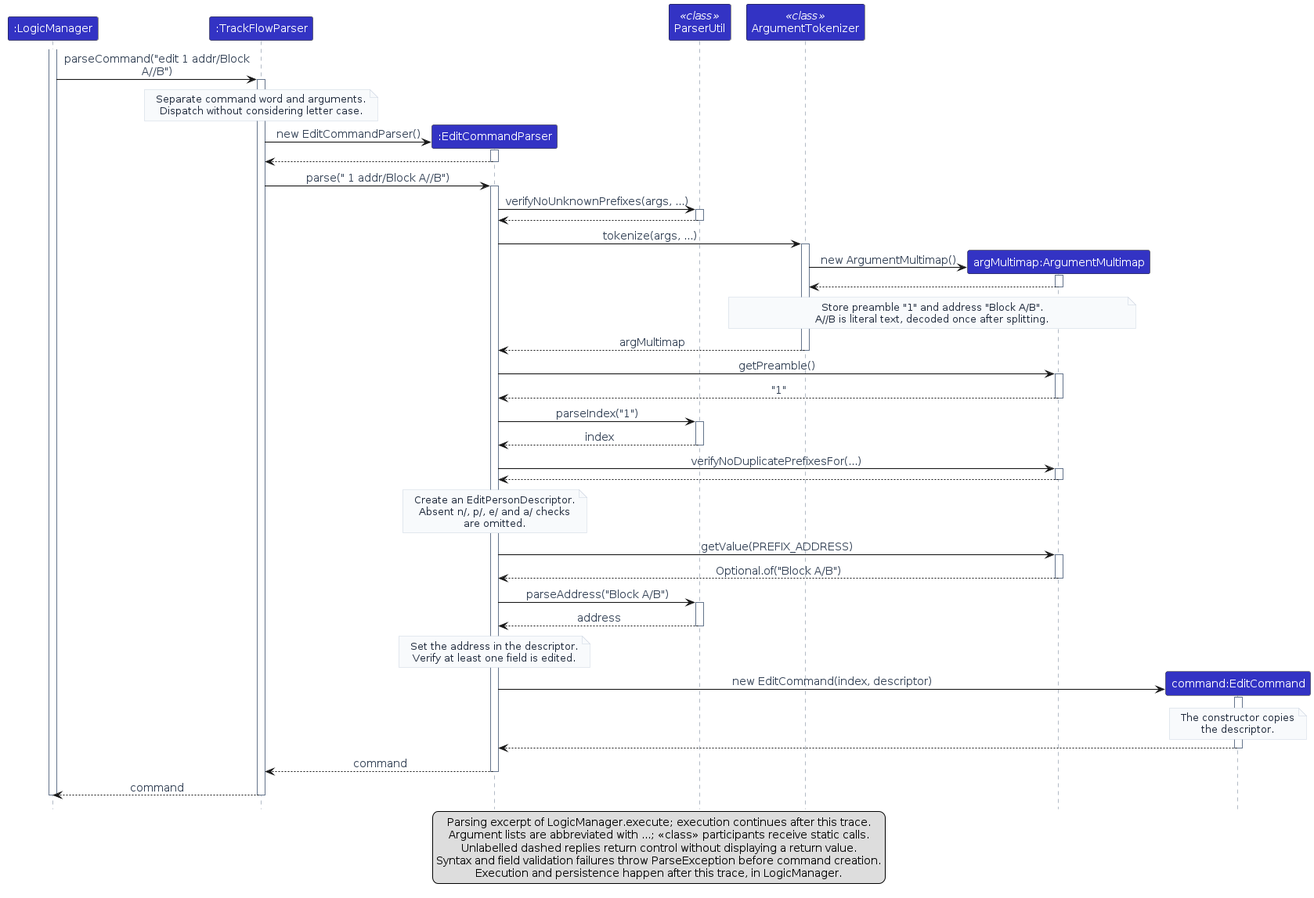
Before: diagrams/tracing/LogicSequenceDiagram.png, a diagram exported from PlantUML (AY2627S1-CS2103T-T17-2/tp). Its source is kept beside it as diagrams/tracing/LogicSequenceDiagram.puml. The source it was exported from:
```plantuml
@startuml
!include ../style.puml
skinparam ArrowFontStyle plain
skinparam maxMessageSize 260
skinparam ParticipantPadding 5

participant ":LogicManager" as logic LOGIC_COLOR
participant ":TrackFlowParser" as parser LOGIC_COLOR
participant ":EditCommandParser" as editParser LOGIC_COLOR
participant "ParserUtil" as util <<class>> LOGIC_COLOR
participant "ArgumentTokenizer" as tokenizer <<class>> LOGIC_COLOR
participant "argMultimap:ArgumentMultimap" as arguments LOGIC_COLOR
participant "command:EditCommand" as command LOGIC_COLOR

activate logic
logic -> parser : parseCommand("edit 1 addr/Block A~/~/B")
activate parser
note over parser
  Separate command word and arguments.
  Dispatch without considering letter case.
end note
create editParser
parser -> editParser : new EditCommandParser()
activate editParser
editParser --> parser
deactivate editParser
parser -> editParser : parse(" 1 addr/Block A~/~/B")
activate editParser

editParser -> util : verifyNoUnknownPrefixes(args, ...)
activate util
util --> editParser
deactivate util

editParser -> tokenizer : tokenize(args, ...)
activate tokenizer
create arguments
tokenizer -> arguments : new ArgumentMultimap()
activate arguments
arguments --> tokenizer
deactivate arguments
note over tokenizer, arguments
  Store preamble "1" and address "Block A/B".
  A~/~/B is literal text, decoded once after splitting.
end note
tokenizer --> editParser : argMultimap
deactivate tokenizer

editParser -> arguments : getPreamble()
activate arguments
arguments --> editParser : "1"
deactivate arguments
editParser -> util : parseIndex("1")
activate util
util --> editParser : index
deactivate util
editParser -> arguments : verifyNoDuplicatePrefixesFor(...)
activate arguments
arguments --> editParser
deactivate arguments

note over editParser
  Create an EditPersonDescriptor.
  Absent n/, p/, e/ and a/ checks
  are omitted.
end note
editParser -> arguments : getValue(PREFIX_ADDRESS)
activate arguments
arguments --> editParser : Optional.of("Block A/B")
deactivate arguments
editParser -> util : parseAddress("Block A/B")
activate util
util --> editParser : address
deactivate util
note over editParser
  Set the address in the descriptor.
  Verify at least one field is edited.
end note

create command
editParser -> command : new EditCommand(index, descriptor)
activate command
note over command
  The constructor copies
  the descriptor.
end note
command --> editParser
deactivate command
editParser --> parser : command
deactivate editParser
parser --> logic : command
deactivate parser
deactivate logic

legend bottom
  Parsing excerpt of LogicManager.execute; execution continues after this trace.
  Argument lists are abbreviated with ...; <<class>> participants receive static calls.
  Unlabelled dashed replies return control without displaying a return value.
  Syntax and field validation failures throw ParseException before command creation.
  Execution and persistence happen after this trace, in LogicManager.
endlegend
@enduml
```
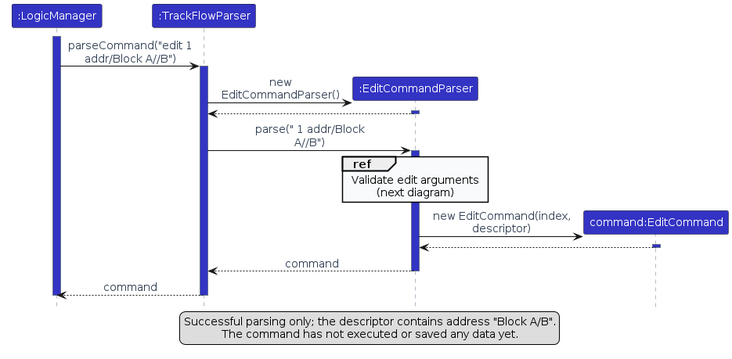
Above is the later version.

The edit, as a diff of the source:
```diff
@@ -1,89 +1,33 @@
 @startuml
 !include ../style.puml
 skinparam ArrowFontStyle plain
-skinparam maxMessageSize 260
-skinparam ParticipantPadding 5
+skinparam maxMessageSize 180
+skinparam SequenceReferenceBackgroundColor #F8FAFC
 
 participant ":LogicManager" as logic LOGIC_COLOR
 participant ":TrackFlowParser" as parser LOGIC_COLOR
 participant ":EditCommandParser" as editParser LOGIC_COLOR
-participant "ParserUtil" as util <<class>> LOGIC_COLOR
-participant "ArgumentTokenizer" as tokenizer <<class>> LOGIC_COLOR
-participant "argMultimap:ArgumentMultimap" as arguments LOGIC_COLOR
 participant "command:EditCommand" as command LOGIC_COLOR
 
-activate logic
+activate logic LOGIC_COLOR
 logic -> parser : parseCommand("edit 1 addr/Block A~/~/B")
-activate parser
-note over parser
-  Separate command word and arguments.
-  Dispatch without considering letter case.
-end note
+activate parser LOGIC_COLOR
 create editParser
 parser -> editParser : new EditCommandParser()
-activate editParser
+activate editParser LOGIC_COLOR
 editParser --> parser
 deactivate editParser
+
 parser -> editParser : parse(" 1 addr/Block A~/~/B")
-activate editParser
-
-editParser -> util : verifyNoUnknownPrefixes(args, ...)
-activate util
-util --> editParser
-deactivate util
-
-editParser -> tokenizer : tokenize(args, ...)
-activate tokenizer
-create arguments
-tokenizer -> arguments : new ArgumentMultimap()
-activate arguments
-arguments --> tokenizer
-deactivate arguments
-note over tokenizer, arguments
-  Store preamble "1" and address "Block A/B".
-  A~/~/B is literal text, decoded once after splitting.
-end note
-tokenizer --> editParser : argMultimap
-deactivate tokenizer
-
-editParser -> arguments : getPreamble()
-activate arguments
-arguments --> editParser : "1"
-deactivate arguments
-editParser -> util : parseIndex("1")
-activate util
-util --> editParser : index
-deactivate util
-editParser -> arguments : verifyNoDuplicatePrefixesFor(...)
-activate arguments
-arguments --> editParser
-deactivate arguments
-
-note over editParser
-  Create an EditPersonDescriptor.
-  Absent n/, p/, e/ and a/ checks
-  are omitted.
-end note
-editParser -> arguments : getValue(PREFIX_ADDRESS)
-activate arguments
-arguments --> editParser : Optional.of("Block A/B")
-deactivate arguments
-editParser -> util : parseAddress("Block A/B")
-activate util
-util --> editParser : address
-deactivate util
-note over editParser
-  Set the address in the descriptor.
-  Verify at least one field is edited.
-end note
+activate editParser LOGIC_COLOR
+ref over editParser
+  Validate edit arguments
+  (next diagram)
+end ref
 
 create command
 editParser -> command : new EditCommand(index, descriptor)
-activate command
-note over command
-  The constructor copies
-  the descriptor.
-end note
+activate command LOGIC_COLOR
 command --> editParser
 deactivate command
 editParser --> parser : command
@@ -93,10 +37,7 @@
 deactivate logic
 
 legend bottom
-  Parsing excerpt of LogicManager.execute; execution continues after this trace.
-  Argument lists are abbreviated with ...; <<class>> participants receive static calls.
-  Unlabelled dashed replies return control without displaying a return value.
-  Syntax and field validation failures throw ParseException before command creation.
-  Execution and persistence happen after this trace, in LogicManager.
+  Successful parsing only; the descriptor contains address "Block A/B".
+  The command has not executed or saved any data yet.
 endlegend
 @enduml
```
